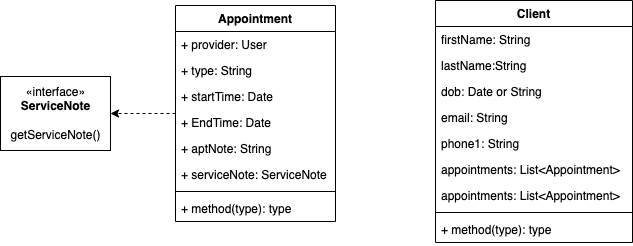
ccx1010sky/providers_clients keeps this draw.io diagram as planning/2_diagrams/Appointment Management - Class Diagram.png. Above is the earlier version. Source tidied: cells renumbered, new cells last; positions are measured from the earlier drawing's top-left corner, leaving out a move shared by most shapes.
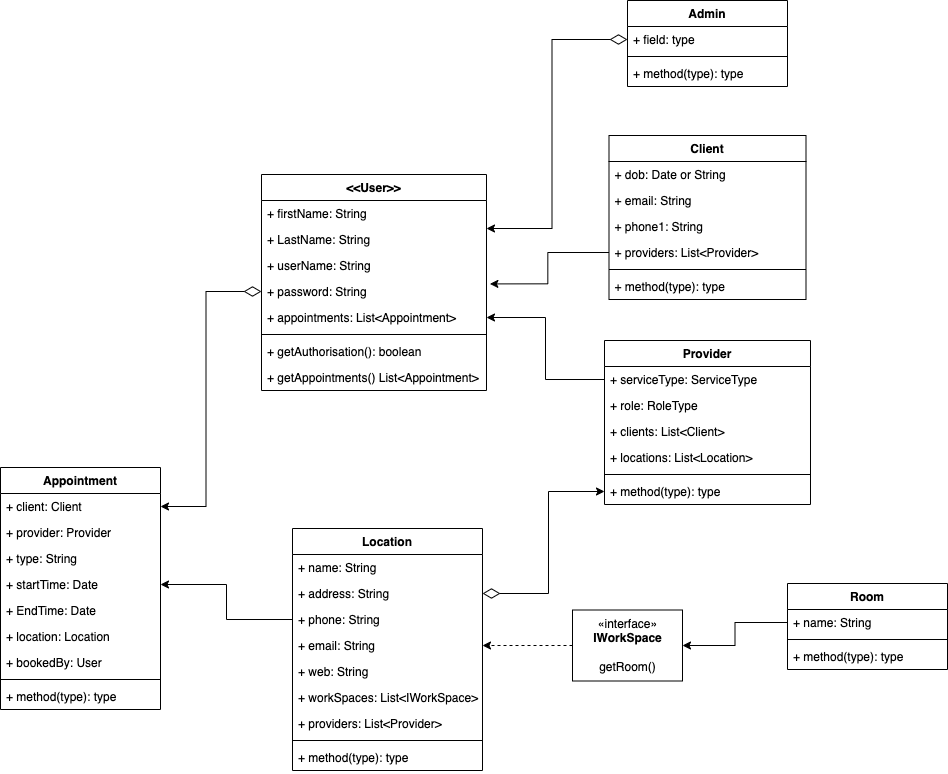
The same file after the commit.

What changed in the source:
```diff
@@ -3,67 +3,184 @@
     <mxCell id="0" />
     <mxCell id="1" parent="0" />
     <mxCell id="2" value="Client" style="swimlane;fontStyle=1;align=center;verticalAlign=top;horizontal=1;startSize=26;" parent="1" vertex="1">
-      <mxGeometry x="435" width="197" height="242" as="geometry" />
+      <mxGeometry x="513.5" y="-338" width="197" height="164" as="geometry" />
     </mxCell>
-    <mxCell id="3" value="firstName: String" style="text;strokeColor=none;fillColor=none;align=left;verticalAlign=top;spacingLeft=4;spacingRight=4;overflow=hidden;" parent="2" vertex="1">
-      <mxGeometry y="26" width="197" height="26" as="geometry" />
-    </mxCell>
-    <mxCell id="4" value="lastName:String" style="text;strokeColor=none;fillColor=none;align=left;verticalAlign=top;spacingLeft=4;spacingRight=4;overflow=hidden;" parent="2" vertex="1">
-      <mxGeometry y="52" width="197" height="26" as="geometry" />
-    </mxCell>
-    <mxCell id="5" value="dob: Date or String" style="text;strokeColor=none;fillColor=none;align=left;verticalAlign=top;spacingLeft=4;spacingRight=4;overflow=hidden;" parent="2" vertex="1">
-      <mxGeometry y="78" width="197" height="26" as="geometry" />
+    <mxCell id="5" value="+ dob: Date or String" style="text;strokeColor=none;fillColor=none;align=left;verticalAlign=top;spacingLeft=4;spacingRight=4;overflow=hidden;" parent="2" vertex="1">
+      <mxGeometry y="26" width="197" height="26" as="geometry" />
     </mxCell>
-    <mxCell id="6" value="email: String " style="text;strokeColor=none;fillColor=none;align=left;verticalAlign=top;spacingLeft=4;spacingRight=4;overflow=hidden;" parent="2" vertex="1">
-      <mxGeometry y="104" width="197" height="26" as="geometry" />
+    <mxCell id="6" value="+ email: String " style="text;strokeColor=none;fillColor=none;align=left;verticalAlign=top;spacingLeft=4;spacingRight=4;overflow=hidden;" parent="2" vertex="1">
+      <mxGeometry y="52" width="197" height="26" as="geometry" />
     </mxCell>
-    <mxCell id="7" value="phone1: String" style="text;strokeColor=none;fillColor=none;align=left;verticalAlign=top;spacingLeft=4;spacingRight=4;overflow=hidden;" parent="2" vertex="1">
-      <mxGeometry y="130" width="197" height="26" as="geometry" />
+    <mxCell id="7" value="+ phone1: String" style="text;strokeColor=none;fillColor=none;align=left;verticalAlign=top;spacingLeft=4;spacingRight=4;overflow=hidden;" parent="2" vertex="1">
+      <mxGeometry y="78" width="197" height="26" as="geometry" />
     </mxCell>
-    <mxCell id="8" value="appointments: List&lt;Appointment&gt;" style="text;strokeColor=none;fillColor=none;align=left;verticalAlign=top;spacingLeft=4;spacingRight=4;overflow=hidden;points=[[0,0.5],[1,0.5]];portConstraint=eastwest;" parent="2" vertex="1">
-      <mxGeometry y="156" width="197" height="26" as="geometry" />
-    </mxCell>
-    <mxCell id="9" value="appointments: List&lt;Appointment&gt;" style="text;strokeColor=none;fillColor=none;align=left;verticalAlign=top;spacingLeft=4;spacingRight=4;overflow=hidden;" parent="2" vertex="1">
-      <mxGeometry y="182" width="197" height="26" as="geometry" />
-    </mxCell>
+    <mxCell id="23" value="+ providers: List&lt;Provider&gt;" style="text;strokeColor=none;fillColor=none;align=left;verticalAlign=top;spacingLeft=4;spacingRight=4;overflow=hidden;points=[[0,0.5],[1,0.5]];portConstraint=eastwest;" parent="2" vertex="1">
+      <mxGeometry y="104" width="197" height="26" as="geometry" />
+    </mxCell>
     <mxCell id="10" style="line;strokeWidth=1;fillColor=none;align=left;verticalAlign=middle;spacingTop=-1;spacingLeft=3;spacingRight=3;labelPosition=right;" parent="2" vertex="1">
-      <mxGeometry y="208" width="197" height="8" as="geometry" />
+      <mxGeometry y="130" width="197" height="8" as="geometry" />
     </mxCell>
     <mxCell id="11" value="+ method(type): type" style="text;strokeColor=none;fillColor=none;align=left;verticalAlign=top;spacingLeft=4;spacingRight=4;overflow=hidden;" parent="2" vertex="1">
-      <mxGeometry y="216" width="197" height="26" as="geometry" />
+      <mxGeometry y="138" width="197" height="26" as="geometry" />
     </mxCell>
-    <mxCell id="12" style="edgeStyle=orthogonalEdgeStyle;rounded=0;jettySize=auto;html=1;entryX=1;entryY=0.5;entryDx=0;entryDy=0;dashed=1;" parent="1" edge="1" source="13" target="22">
-      <mxGeometry relative="1" as="geometry" />
-    </mxCell>
     <mxCell id="13" value="Appointment" style="swimlane;fontStyle=1;align=center;verticalAlign=top;horizontal=1;startSize=26;" parent="1" vertex="1">
-      <mxGeometry x="175" y="5" width="160" height="216" as="geometry" />
+      <mxGeometry x="-95" y="-6" width="160" height="242" as="geometry" />
     </mxCell>
-    <mxCell id="14" value="+ provider: User" style="text;strokeColor=none;fillColor=none;align=left;verticalAlign=top;spacingLeft=4;spacingRight=4;overflow=hidden;points=[[0,0.5],[1,0.5]];portConstraint=eastwest;" parent="13" vertex="1">
+    <mxCell id="14" value="+ client: Client" style="text;strokeColor=none;fillColor=none;align=left;verticalAlign=top;spacingLeft=4;spacingRight=4;overflow=hidden;points=[[0,0.5],[1,0.5]];portConstraint=eastwest;" parent="13" vertex="1">
       <mxGeometry y="26" width="160" height="26" as="geometry" />
     </mxCell>
+    <mxCell id="24" value="+ provider: Provider" style="text;strokeColor=none;fillColor=none;align=left;verticalAlign=top;spacingLeft=4;spacingRight=4;overflow=hidden;" parent="13" vertex="1">
+      <mxGeometry y="52" width="160" height="26" as="geometry" />
+    </mxCell>
     <mxCell id="15" value="+ type: String" style="text;strokeColor=none;fillColor=none;align=left;verticalAlign=top;spacingLeft=4;spacingRight=4;overflow=hidden;" parent="13" vertex="1">
-      <mxGeometry y="52" width="160" height="26" as="geometry" />
+      <mxGeometry y="78" width="160" height="26" as="geometry" />
     </mxCell>
     <mxCell id="16" value="+ startTime: Date" style="text;strokeColor=none;fillColor=none;align=left;verticalAlign=top;spacingLeft=4;spacingRight=4;overflow=hidden;points=[[0,0.5],[1,0.5]];portConstraint=eastwest;" parent="13" vertex="1">
-      <mxGeometry y="78" width="160" height="26" as="geometry" />
+      <mxGeometry y="104" width="160" height="26" as="geometry" />
     </mxCell>
     <mxCell id="17" value="+ EndTime: Date" style="text;strokeColor=none;fillColor=none;align=left;verticalAlign=top;spacingLeft=4;spacingRight=4;overflow=hidden;" parent="13" vertex="1">
-      <mxGeometry y="104" width="160" height="26" as="geometry" />
+      <mxGeometry y="130" width="160" height="26" as="geometry" />
     </mxCell>
-    <mxCell id="18" value="+ aptNote: String" style="text;strokeColor=none;fillColor=none;align=left;verticalAlign=top;spacingLeft=4;spacingRight=4;overflow=hidden;" parent="13" vertex="1">
-      <mxGeometry y="130" width="160" height="26" as="geometry" />
-    </mxCell>
-    <mxCell id="19" value="+ serviceNote: ServiceNote" style="text;strokeColor=none;fillColor=none;align=left;verticalAlign=top;spacingLeft=4;spacingRight=4;overflow=hidden;" parent="13" vertex="1">
-      <mxGeometry y="156" width="160" height="26" as="geometry" />
-    </mxCell>
+    <mxCell id="25" value="+ location: Location" style="text;strokeColor=none;fillColor=none;align=left;verticalAlign=top;spacingLeft=4;spacingRight=4;overflow=hidden;" parent="13" vertex="1">
+      <mxGeometry y="156" width="160" height="26" as="geometry" />
+    </mxCell>
+    <mxCell id="26" value="+ bookedBy: User" style="text;strokeColor=none;fillColor=none;align=left;verticalAlign=top;spacingLeft=4;spacingRight=4;overflow=hidden;" parent="13" vertex="1">
+      <mxGeometry y="182" width="160" height="26" as="geometry" />
+    </mxCell>
     <mxCell id="20" style="line;strokeWidth=1;fillColor=none;align=left;verticalAlign=middle;spacingTop=-1;spacingLeft=3;spacingRight=3;labelPosition=right;" parent="13" vertex="1">
-      <mxGeometry y="182" width="160" height="8" as="geometry" />
+      <mxGeometry y="208" width="160" height="8" as="geometry" />
     </mxCell>
     <mxCell id="21" value="+ method(type): type" style="text;strokeColor=none;fillColor=none;align=left;verticalAlign=top;spacingLeft=4;spacingRight=4;overflow=hidden;" parent="13" vertex="1">
-      <mxGeometry y="190" width="160" height="26" as="geometry" />
+      <mxGeometry y="216" width="160" height="26" as="geometry" />
     </mxCell>
-    <mxCell id="22" value="«interface»&lt;br&gt;&lt;b&gt;ServiceNote&lt;/b&gt;&lt;br&gt;&lt;br&gt;getServiceNote()" style="html=1;" parent="1" vertex="1">
-      <mxGeometry y="76" width="110" height="74" as="geometry" />
-    </mxCell>
+    <mxCell id="27" value="Provider" style="swimlane;fontStyle=1;align=center;verticalAlign=top;horizontal=1;startSize=26;" parent="1" vertex="1">
+      <mxGeometry x="509" y="-133" width="206" height="164" as="geometry" />
+    </mxCell>
+    <mxCell id="28" value="+ serviceType: ServiceType" style="text;strokeColor=none;fillColor=none;align=left;verticalAlign=top;spacingLeft=4;spacingRight=4;overflow=hidden;points=[[0,0.5],[1,0.5]];portConstraint=eastwest;" parent="27" vertex="1">
+      <mxGeometry y="26" width="206" height="26" as="geometry" />
+    </mxCell>
+    <mxCell id="29" value="+ role: RoleType" style="text;strokeColor=none;fillColor=none;align=left;verticalAlign=top;spacingLeft=4;spacingRight=4;overflow=hidden;" parent="27" vertex="1">
+      <mxGeometry y="52" width="206" height="26" as="geometry" />
+    </mxCell>
+    <mxCell id="30" value="+ clients: List&lt;Client&gt;" style="text;strokeColor=none;fillColor=none;align=left;verticalAlign=top;spacingLeft=4;spacingRight=4;overflow=hidden;" parent="27" vertex="1">
+      <mxGeometry y="78" width="206" height="26" as="geometry" />
+    </mxCell>
+    <mxCell id="31" value="+ locations: List&lt;Location&gt;" style="text;strokeColor=none;fillColor=none;align=left;verticalAlign=top;spacingLeft=4;spacingRight=4;overflow=hidden;" parent="27" vertex="1">
+      <mxGeometry y="104" width="206" height="26" as="geometry" />
+    </mxCell>
+    <mxCell id="32" style="line;strokeWidth=1;fillColor=none;align=left;verticalAlign=middle;spacingTop=-1;spacingLeft=3;spacingRight=3;labelPosition=right;" parent="27" vertex="1">
+      <mxGeometry y="130" width="206" height="8" as="geometry" />
+    </mxCell>
+    <mxCell id="33" value="+ method(type): type" style="text;strokeColor=none;fillColor=none;align=left;verticalAlign=top;spacingLeft=4;spacingRight=4;overflow=hidden;points=[[0,0.5],[1,0.5]];portConstraint=eastwest;" parent="27" vertex="1">
+      <mxGeometry y="138" width="206" height="26" as="geometry" />
+    </mxCell>
+    <mxCell id="34" value="Location" style="swimlane;fontStyle=1;align=center;verticalAlign=top;horizontal=1;startSize=26;" parent="1" vertex="1">
+      <mxGeometry x="197" y="55" width="190" height="242" as="geometry" />
+    </mxCell>
+    <mxCell id="35" value="+ name: String" style="text;strokeColor=none;fillColor=none;align=left;verticalAlign=top;spacingLeft=4;spacingRight=4;overflow=hidden;" parent="34" vertex="1">
+      <mxGeometry y="26" width="190" height="26" as="geometry" />
+    </mxCell>
+    <mxCell id="36" value="+ address: String" style="text;strokeColor=none;fillColor=none;align=left;verticalAlign=top;spacingLeft=4;spacingRight=4;overflow=hidden;points=[[0,0.5],[1,0.5]];portConstraint=eastwest;" parent="34" vertex="1">
+      <mxGeometry y="52" width="190" height="26" as="geometry" />
+    </mxCell>
+    <mxCell id="37" value="+ phone: String" style="text;strokeColor=none;fillColor=none;align=left;verticalAlign=top;spacingLeft=4;spacingRight=4;overflow=hidden;points=[[0,0.5],[1,0.5]];portConstraint=eastwest;" parent="34" vertex="1">
+      <mxGeometry y="78" width="190" height="26" as="geometry" />
+    </mxCell>
+    <mxCell id="38" value="+ email: String" style="text;strokeColor=none;fillColor=none;align=left;verticalAlign=top;spacingLeft=4;spacingRight=4;overflow=hidden;points=[[0,0.5],[1,0.5]];portConstraint=eastwest;" parent="34" vertex="1">
+      <mxGeometry y="104" width="190" height="26" as="geometry" />
+    </mxCell>
+    <mxCell id="39" value="+ web: String" style="text;strokeColor=none;fillColor=none;align=left;verticalAlign=top;spacingLeft=4;spacingRight=4;overflow=hidden;" parent="34" vertex="1">
+      <mxGeometry y="130" width="190" height="26" as="geometry" />
+    </mxCell>
+    <mxCell id="40" value="+ workSpaces: List&lt;IWorkSpace&gt;" style="text;strokeColor=none;fillColor=none;align=left;verticalAlign=top;spacingLeft=4;spacingRight=4;overflow=hidden;" parent="34" vertex="1">
+      <mxGeometry y="156" width="190" height="26" as="geometry" />
+    </mxCell>
+    <mxCell id="41" value="+ providers: List&lt;Provider&gt;" style="text;strokeColor=none;fillColor=none;align=left;verticalAlign=top;spacingLeft=4;spacingRight=4;overflow=hidden;" parent="34" vertex="1">
+      <mxGeometry y="182" width="190" height="26" as="geometry" />
+    </mxCell>
+    <mxCell id="42" style="line;strokeWidth=1;fillColor=none;align=left;verticalAlign=middle;spacingTop=-1;spacingLeft=3;spacingRight=3;labelPosition=right;" parent="34" vertex="1">
+      <mxGeometry y="208" width="190" height="8" as="geometry" />
+    </mxCell>
+    <mxCell id="43" value="+ method(type): type" style="text;strokeColor=none;fillColor=none;align=left;verticalAlign=top;spacingLeft=4;spacingRight=4;overflow=hidden;" parent="34" vertex="1">
+      <mxGeometry y="216" width="190" height="26" as="geometry" />
+    </mxCell>
+    <mxCell id="44" style="edgeStyle=orthogonalEdgeStyle;rounded=0;jettySize=auto;html=1;entryX=1;entryY=0.5;entryDx=0;entryDy=0;dashed=1;" parent="1" edge="1" source="45" target="38">
+      <mxGeometry relative="1" as="geometry" />
+    </mxCell>
+    <mxCell id="45" value="«interface»&lt;br&gt;&lt;b&gt;IWorkSpace&lt;/b&gt;&lt;br&gt;&lt;br&gt;getRoom()" style="html=1;" parent="1" vertex="1">
+      <mxGeometry x="477" y="136.5" width="110" height="71" as="geometry" />
+    </mxCell>
+    <mxCell id="46" value="Room" style="swimlane;fontStyle=1;align=center;verticalAlign=top;horizontal=1;startSize=26;" parent="1" vertex="1">
+      <mxGeometry x="692" y="110" width="160" height="86" as="geometry" />
+    </mxCell>
+    <mxCell id="47" value="+ name: String" style="text;strokeColor=none;fillColor=none;align=left;verticalAlign=top;spacingLeft=4;spacingRight=4;overflow=hidden;points=[[0,0.5],[1,0.5]];portConstraint=eastwest;" parent="46" vertex="1">
+      <mxGeometry y="26" width="160" height="26" as="geometry" />
+    </mxCell>
+    <mxCell id="48" style="line;strokeWidth=1;fillColor=none;align=left;verticalAlign=middle;spacingTop=-1;spacingLeft=3;spacingRight=3;labelPosition=right;" parent="46" vertex="1">
+      <mxGeometry y="52" width="160" height="8" as="geometry" />
+    </mxCell>
+    <mxCell id="49" value="+ method(type): type" style="text;strokeColor=none;fillColor=none;align=left;verticalAlign=top;spacingLeft=4;spacingRight=4;overflow=hidden;" parent="46" vertex="1">
+      <mxGeometry y="60" width="160" height="26" as="geometry" />
+    </mxCell>
+    <mxCell id="50" value="&lt;&lt;User&gt;&gt;" style="swimlane;fontStyle=1;align=center;verticalAlign=top;horizontal=1;startSize=26;" parent="1" vertex="1">
+      <mxGeometry x="166" y="-299" width="225" height="216" as="geometry" />
+    </mxCell>
+    <mxCell id="51" value="+ firstName: String" style="text;strokeColor=none;fillColor=none;align=left;verticalAlign=top;spacingLeft=4;spacingRight=4;overflow=hidden;" parent="50" vertex="1">
+      <mxGeometry y="26" width="225" height="26" as="geometry" />
+    </mxCell>
+    <mxCell id="52" value="+ LastName: String" style="text;strokeColor=none;fillColor=none;align=left;verticalAlign=top;spacingLeft=4;spacingRight=4;overflow=hidden;" parent="50" vertex="1">
+      <mxGeometry y="52" width="225" height="26" as="geometry" />
+    </mxCell>
+    <mxCell id="53" value="+ userName: String" style="text;strokeColor=none;fillColor=none;align=left;verticalAlign=top;spacingLeft=4;spacingRight=4;overflow=hidden;" parent="50" vertex="1">
+      <mxGeometry y="78" width="225" height="26" as="geometry" />
+    </mxCell>
+    <mxCell id="54" value="+ password: String" style="text;strokeColor=none;fillColor=none;align=left;verticalAlign=top;spacingLeft=4;spacingRight=4;overflow=hidden;points=[[0,0.5],[1,0.5]];portConstraint=eastwest;" parent="50" vertex="1">
+      <mxGeometry y="104" width="225" height="26" as="geometry" />
+    </mxCell>
+    <mxCell id="8" value="+ appointments: List&lt;Appointment&gt;" style="text;strokeColor=none;fillColor=none;align=left;verticalAlign=top;spacingLeft=4;spacingRight=4;overflow=hidden;points=[[0,0.5],[1,0.5]];portConstraint=eastwest;" parent="50" vertex="1">
+      <mxGeometry y="130" width="225" height="26" as="geometry" />
+    </mxCell>
+    <mxCell id="55" style="line;strokeWidth=1;fillColor=none;align=left;verticalAlign=middle;spacingTop=-1;spacingLeft=3;spacingRight=3;labelPosition=right;" parent="50" vertex="1">
+      <mxGeometry y="156" width="225" height="8" as="geometry" />
+    </mxCell>
+    <mxCell id="56" value="+ getAuthorisation(): boolean" style="text;strokeColor=none;fillColor=none;align=left;verticalAlign=top;spacingLeft=4;spacingRight=4;overflow=hidden;" parent="50" vertex="1">
+      <mxGeometry y="164" width="225" height="26" as="geometry" />
+    </mxCell>
+    <mxCell id="57" value="+ getAppointments() List&lt;Appointment&gt;" style="text;strokeColor=none;fillColor=none;align=left;verticalAlign=top;spacingLeft=4;spacingRight=4;overflow=hidden;" parent="50" vertex="1">
+      <mxGeometry y="190" width="225" height="26" as="geometry" />
+    </mxCell>
+    <mxCell id="58" style="edgeStyle=orthogonalEdgeStyle;rounded=0;jettySize=auto;html=1;entryX=1;entryY=0.5;entryDx=0;entryDy=0;startArrow=diamondThin;startFill=0;endSize=6;startSize=15;targetPerimeterSpacing=0;strokeWidth=1;" parent="1" edge="1" source="54" target="14">
+      <mxGeometry relative="1" as="geometry" />
+    </mxCell>
+    <mxCell id="59" value="Admin" style="swimlane;fontStyle=1;align=center;verticalAlign=top;horizontal=1;startSize=26;" parent="1" vertex="1">
+      <mxGeometry x="532" y="-473" width="160" height="86" as="geometry" />
+    </mxCell>
+    <mxCell id="60" value="+ field: type" style="text;strokeColor=none;fillColor=none;align=left;verticalAlign=top;spacingLeft=4;spacingRight=4;overflow=hidden;points=[[0,0.5],[1,0.5]];portConstraint=eastwest;" parent="59" vertex="1">
+      <mxGeometry y="26" width="160" height="26" as="geometry" />
+    </mxCell>
+    <mxCell id="61" style="line;strokeWidth=1;fillColor=none;align=left;verticalAlign=middle;spacingTop=-1;spacingLeft=3;spacingRight=3;labelPosition=right;" parent="59" vertex="1">
+      <mxGeometry y="52" width="160" height="8" as="geometry" />
+    </mxCell>
+    <mxCell id="62" value="+ method(type): type" style="text;strokeColor=none;fillColor=none;align=left;verticalAlign=top;spacingLeft=4;spacingRight=4;overflow=hidden;" parent="59" vertex="1">
+      <mxGeometry y="60" width="160" height="26" as="geometry" />
+    </mxCell>
+    <mxCell id="63" style="edgeStyle=orthogonalEdgeStyle;rounded=0;jettySize=auto;html=1;entryX=1;entryY=0.25;entryDx=0;entryDy=0;startArrow=diamondThin;startFill=0;startSize=15;endSize=6;targetPerimeterSpacing=0;strokeWidth=1;" parent="1" edge="1" source="60" target="50">
+      <mxGeometry relative="1" as="geometry" />
+    </mxCell>
+    <mxCell id="64" style="edgeStyle=orthogonalEdgeStyle;rounded=0;jettySize=auto;html=1;entryX=1.015;entryY=0.208;entryDx=0;entryDy=0;entryPerimeter=0;startArrow=none;startFill=0;startSize=15;endSize=6;targetPerimeterSpacing=0;strokeWidth=1;" parent="1" edge="1" source="23" target="54">
+      <mxGeometry relative="1" as="geometry" />
+    </mxCell>
+    <mxCell id="65" style="edgeStyle=orthogonalEdgeStyle;rounded=0;jettySize=auto;html=1;entryX=1;entryY=0.5;entryDx=0;entryDy=0;startArrow=none;startFill=0;startSize=15;endSize=6;targetPerimeterSpacing=0;strokeWidth=1;" parent="1" edge="1" source="28" target="8">
+      <mxGeometry relative="1" as="geometry" />
+    </mxCell>
+    <mxCell id="66" style="edgeStyle=orthogonalEdgeStyle;rounded=0;jettySize=auto;html=1;entryX=0;entryY=0.5;entryDx=0;entryDy=0;startArrow=diamondThin;startFill=0;startSize=15;endSize=6;targetPerimeterSpacing=0;strokeWidth=1;" parent="1" edge="1" source="36" target="33">
+      <mxGeometry relative="1" as="geometry" />
+    </mxCell>
+    <mxCell id="67" style="edgeStyle=orthogonalEdgeStyle;rounded=0;jettySize=auto;html=1;entryX=1;entryY=0.5;entryDx=0;entryDy=0;startArrow=none;startFill=0;startSize=15;endSize=6;targetPerimeterSpacing=0;strokeWidth=1;" parent="1" edge="1" source="37" target="16">
+      <mxGeometry relative="1" as="geometry" />
+    </mxCell>
+    <mxCell id="68" style="edgeStyle=orthogonalEdgeStyle;rounded=0;jettySize=auto;html=1;entryX=1;entryY=0.5;entryDx=0;entryDy=0;startArrow=none;startFill=0;startSize=15;endSize=6;targetPerimeterSpacing=0;strokeWidth=1;" parent="1" edge="1" source="47" target="45">
+      <mxGeometry relative="1" as="geometry" />
+    </mxCell>
   </root>
 </mxGraphModel>
```
